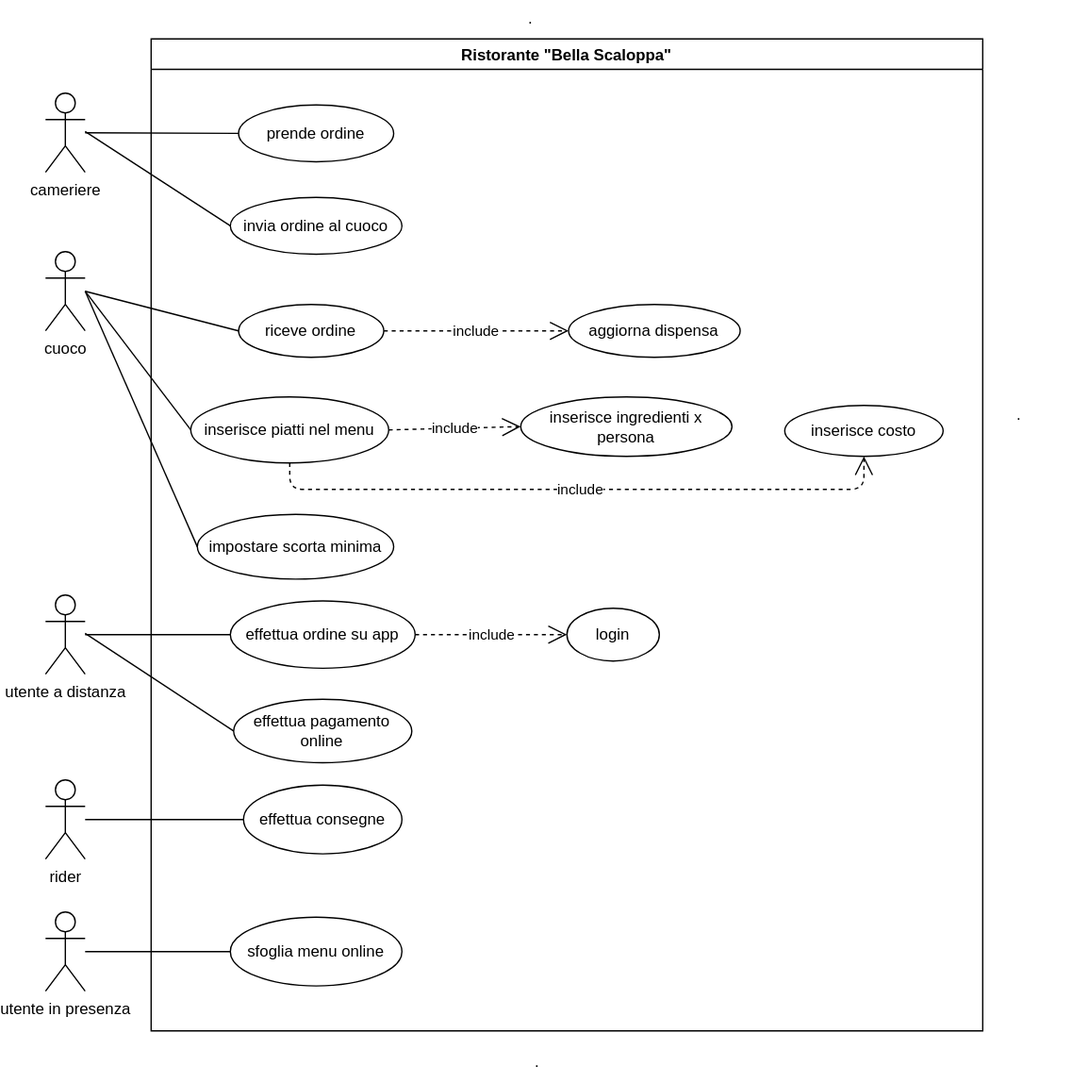
Santeenee/ExamProject keeps this draw.io diagram as ExamUseCaseDiagram.svg. Above is the earlier version. Source tidied: cells renumbered, new cells last; positions are measured from the earlier drawing's top-left corner, leaving out a move shared by most shapes.
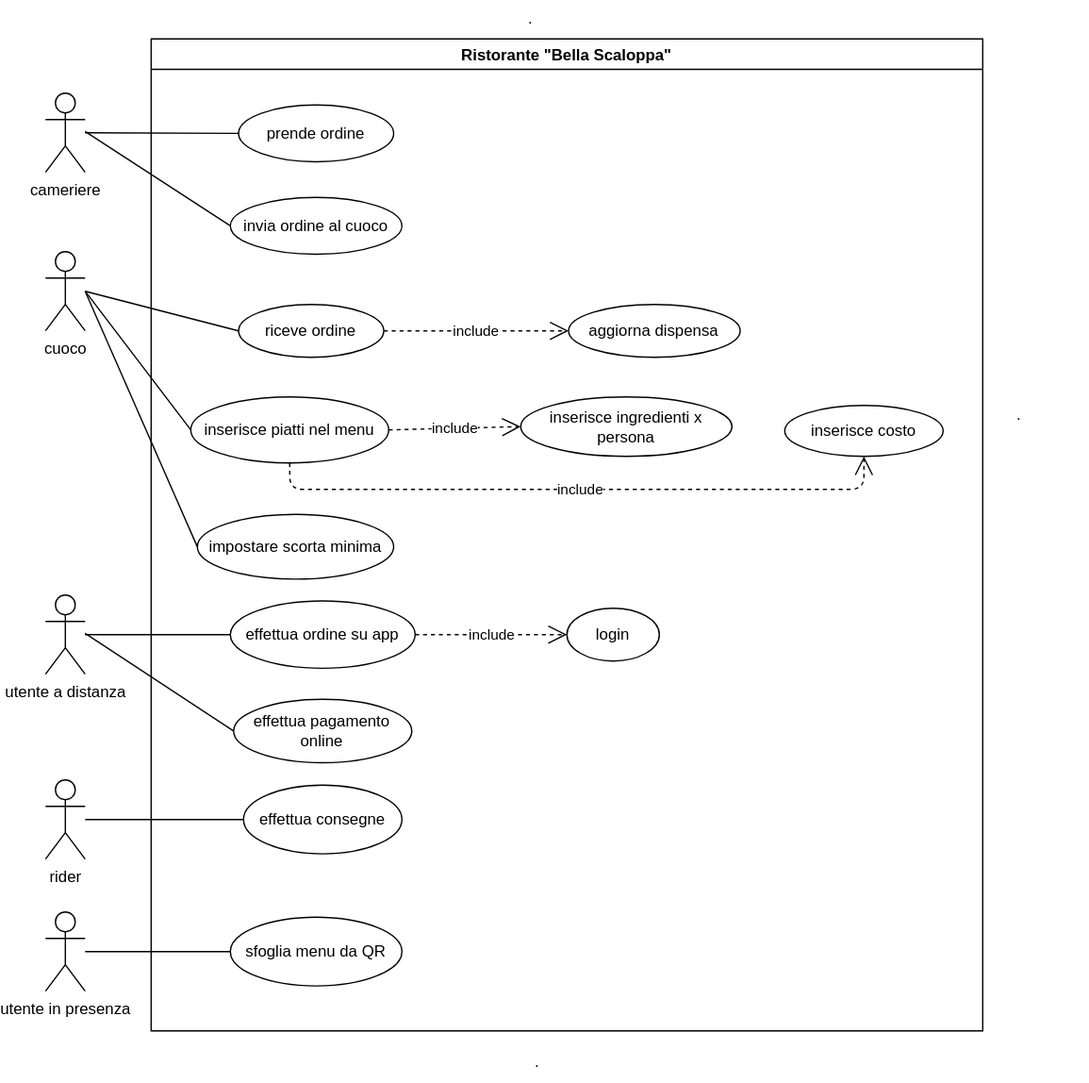
After the commit.

What changed in the source:
```diff
@@ -75,7 +75,7 @@
         </Array>
       </mxGeometry>
     </mxCell>
-    <mxCell id="24" value="sfoglia menu online" style="ellipse;whiteSpace=wrap;html=1;" parent="6" vertex="1">
+    <mxCell id="24" value="sfoglia menu da QR" style="ellipse;whiteSpace=wrap;html=1;" parent="6" vertex="1">
       <mxGeometry x="60" y="665" width="130" height="52" as="geometry" />
     </mxCell>
     <mxCell id="25" style="endArrow=none;html=1;entryX=0;entryY=0.5;entryDx=0;entryDy=0;" parent="1" edge="1" target="21">
```
